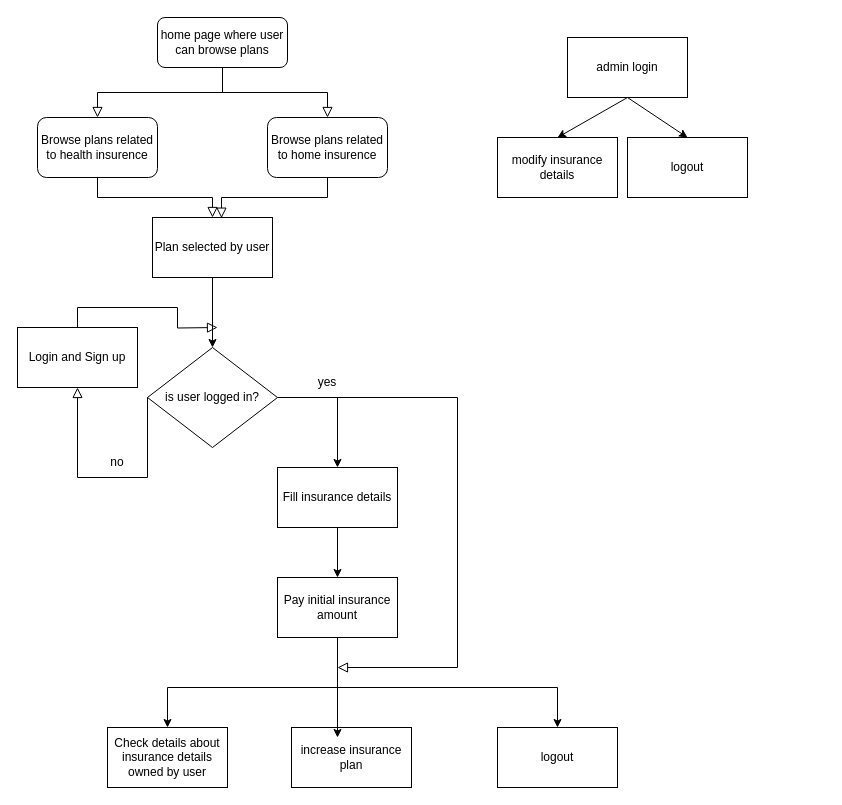
This is diagrams/flow-chart (1).drawio from smit4297/Insurance-Management-System-Angular-spring-boot-, a draw.io file, before an edit. Source tidied: cells renumbered, new cells numbered last; positions are measured from the earlier drawing's top-left corner, leaving out a move shared by most shapes. Both pictures are drawn from the tidied source at 100%, with x=0, y=0 at pixel (17, 17).
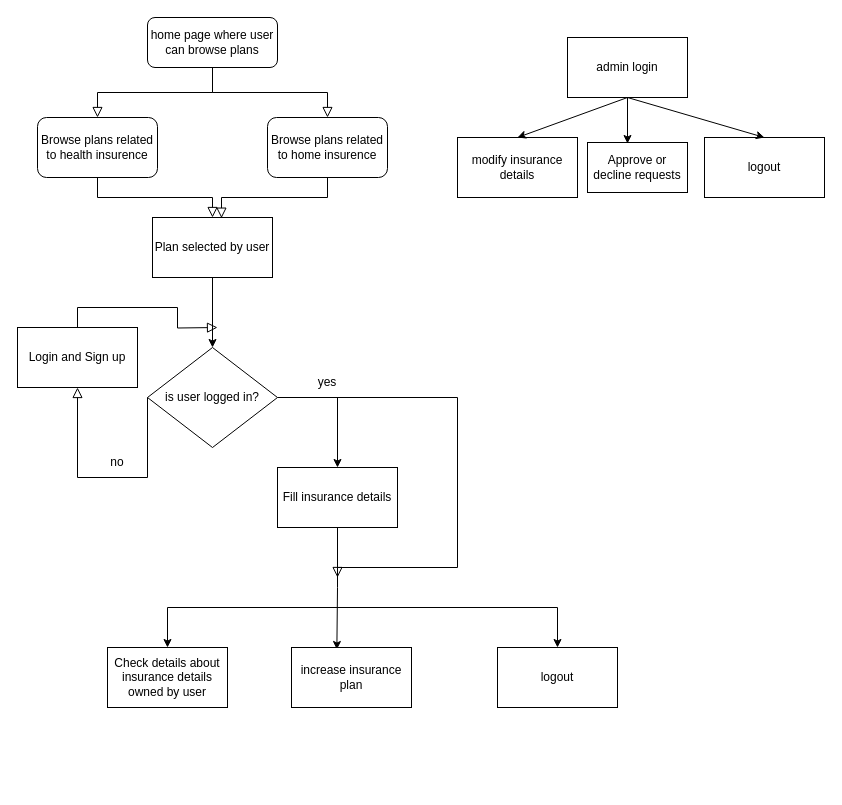
After the change.

Unchanged cells that the change refers to:
```xml
<mxCell id="9" value="is user logged in?" style="rhombus;whiteSpace=wrap;html=1;" parent="1" vertex="1">
  <mxGeometry x="130" y="330" width="130" height="100" as="geometry" />
</mxCell>
<mxCell id="17" value="Fill insurance details" style="rounded=0;whiteSpace=wrap;html=1;" parent="1" vertex="1">
  <mxGeometry x="260" y="450" width="120" height="60" as="geometry" />
</mxCell>
```

Diff of the diagram source:
```diff
@@
     <mxCell id="3" value="home page where user can browse plans" style="rounded=1;whiteSpace=wrap;html=1;fontSize=12;glass=0;strokeWidth=1;shadow=0;" parent="1" vertex="1">
-      <mxGeometry x="140" width="130" height="50" as="geometry" />
+      <mxGeometry x="130" width="130" height="50" as="geometry" />
     </mxCell>
@@
-    <mxCell id="16" style="edgeStyle=orthogonalEdgeStyle;rounded=0;jettySize=auto;html=1;" parent="1" edge="1" source="17" target="18">
+    <mxCell id="16" style="edgeStyle=orthogonalEdgeStyle;rounded=0;jettySize=auto;html=1;entryX=0.378;entryY=0.033;entryDx=0;entryDy=0;entryPerimeter=0;" parent="1" edge="1" source="17" target="19">
       <mxGeometry relative="1" as="geometry" />
     </mxCell>
@@
-    <mxCell id="18" value="Pay initial insurance amount" style="rounded=0;whiteSpace=wrap;html=1;" parent="1" vertex="1">
-      <mxGeometry x="260" y="560" width="120" height="60" as="geometry" />
-    </mxCell>
     <mxCell id="19" value="increase insurance plan" style="rounded=0;whiteSpace=wrap;html=1;" parent="1" vertex="1">
-      <mxGeometry x="274" y="710" width="120" height="60" as="geometry" />
+      <mxGeometry x="274" y="630" width="120" height="60" as="geometry" />
     </mxCell>
     <mxCell id="20" value="Check details about insurance details owned by user" style="rounded=0;whiteSpace=wrap;html=1;" parent="1" vertex="1">
-      <mxGeometry x="90" y="710" width="120" height="60" as="geometry" />
+      <mxGeometry x="90" y="630" width="120" height="60" as="geometry" />
     </mxCell>
     <mxCell id="21" value="logout" style="rounded=0;whiteSpace=wrap;html=1;" parent="1" vertex="1">
-      <mxGeometry x="480" y="710" width="120" height="60" as="geometry" />
+      <mxGeometry x="480" y="630" width="120" height="60" as="geometry" />
     </mxCell>
     <mxCell id="22" style="rounded=0;html=1;jettySize=auto;fontSize=11;endArrow=block;endFill=0;endSize=8;strokeWidth=1;shadow=0;labelBackgroundColor=none;edgeStyle=orthogonalEdgeStyle;exitX=1;exitY=0.5;exitDx=0;exitDy=0;" parent="1" edge="1" source="9">
       <mxGeometry relative="1" as="geometry">
-        <mxPoint x="320" y="650" as="targetPoint" />
+        <mxPoint x="320" y="560" as="targetPoint" />
         <Array as="points">
           <mxPoint x="440" y="380" />
+          <mxPoint x="440" y="550" />
+          <mxPoint x="320" y="550" />
         </Array>
       </mxGeometry>
     </mxCell>
     <mxCell id="23" style="endArrow=none;html=1;rounded=0;" parent="1" edge="1">
       <mxGeometry relative="1" as="geometry">
-        <mxPoint x="150" y="670" as="sourcePoint" />
-        <mxPoint x="540" y="670" as="targetPoint" />
+        <mxPoint x="150" y="590" as="sourcePoint" />
+        <mxPoint x="540" y="590" as="targetPoint" />
       </mxGeometry>
     </mxCell>
     <mxCell id="24" style="endArrow=classic;html=1;rounded=0;entryX=0.5;entryY=0;entryDx=0;entryDy=0;" parent="1" edge="1" target="20">
       <mxGeometry relative="1" as="geometry">
-        <mxPoint x="150" y="670" as="sourcePoint" />
+        <mxPoint x="150" y="590" as="sourcePoint" />
       </mxGeometry>
     </mxCell>
-    <mxCell id="25" style="endArrow=classic;html=1;rounded=0;exitX=0.5;exitY=1;exitDx=0;exitDy=0;" parent="1" edge="1" source="18">
-      <mxGeometry relative="1" as="geometry">
-        <mxPoint x="320" y="720" as="targetPoint" />
-      </mxGeometry>
-    </mxCell>
@@
     <mxCell id="27" value="modify insurance details" style="rounded=0;whiteSpace=wrap;html=1;" parent="1" vertex="1">
-      <mxGeometry x="480" y="120" width="120" height="60" as="geometry" />
+      <mxGeometry x="440" y="120" width="120" height="60" as="geometry" />
     </mxCell>
     <mxCell id="28" value="logout" style="rounded=0;whiteSpace=wrap;html=1;" parent="1" vertex="1">
-      <mxGeometry x="610" y="120" width="120" height="60" as="geometry" />
+      <mxGeometry x="687" y="120" width="120" height="60" as="geometry" />
     </mxCell>
@@
     <mxCell id="33" style="endArrow=classic;html=1;rounded=0;entryX=0.5;entryY=0;entryDx=0;entryDy=0;" parent="1" edge="1" target="21">
       <mxGeometry relative="1" as="geometry">
-        <mxPoint x="540" y="670" as="sourcePoint" />
+        <mxPoint x="540" y="590" as="sourcePoint" />
       </mxGeometry>
     </mxCell>
+    <mxCell id="34" value="Approve or decline requests" style="rounded=0;whiteSpace=wrap;html=1;" parent="1" vertex="1">
+      <mxGeometry x="570" y="125" width="100" height="50" as="geometry" />
+    </mxCell>
+    <mxCell id="35" style="endArrow=classic;html=1;rounded=0;entryX=0.4;entryY=0.02;entryDx=0;entryDy=0;entryPerimeter=0;" parent="1" edge="1" target="34">
+      <mxGeometry relative="1" as="geometry">
+        <mxPoint x="610" y="80" as="sourcePoint" />
+      </mxGeometry>
+    </mxCell>
```
